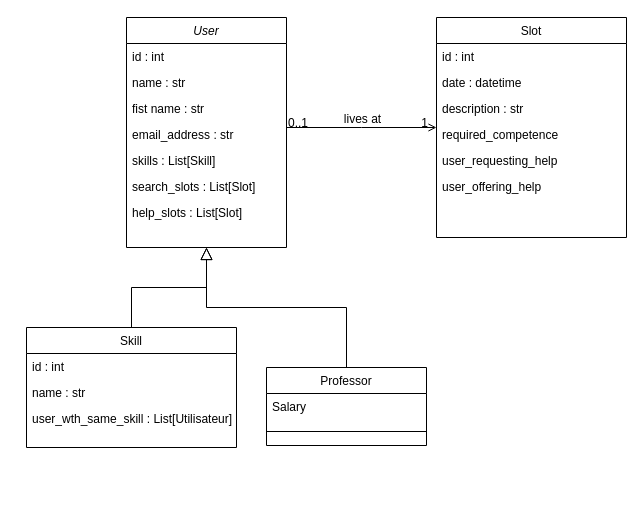
johandeschamps/evaluation_echange_de_competences keeps this draw.io diagram as Doc/Diagramme sans nom.drawio. Above is the earlier version. Source tidied: cells renumbered, new cells numbered last; positions are measured from the earlier drawing's top-left corner, leaving out a move shared by most shapes. Both pictures are drawn from the tidied source at 100%, with x=0, y=0 at pixel (26, 17).
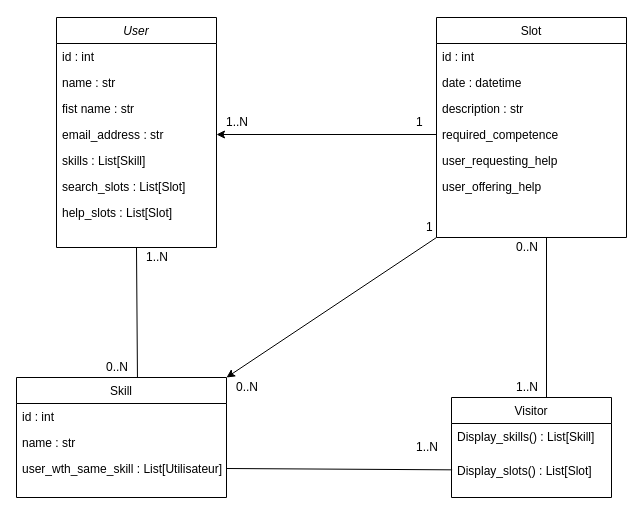
After the change.

Commit message:
Update class diagram

Unchanged cells that the change refers to:
```xml
<mxCell id="6" value="email_address : str" style="text;align=left;verticalAlign=top;spacingLeft=4;spacingRight=4;overflow=hidden;points=[[0,0.5],[1,0.5]];portConstraint=eastwest;rounded=0;shadow=0;html=0;" parent="2" vertex="1">
  <mxGeometry y="104" width="160" height="26" as="geometry" />
</mxCell>
<mxCell id="13" value="user_wth_same_skill : List[Utilisateur]" style="text;align=left;verticalAlign=top;spacingLeft=4;spacingRight=4;overflow=hidden;points=[[0,0.5],[1,0.5]];portConstraint=eastwest;rounded=0;shadow=0;html=0;" parent="10" vertex="1">
  <mxGeometry y="78" width="210" height="26" as="geometry" />
</mxCell>
<mxCell id="19" value="Slot" style="swimlane;fontStyle=0;align=center;verticalAlign=top;horizontal=1;startSize=26;rounded=0;shadow=0;strokeWidth=1;" parent="1" vertex="1">
  <mxGeometry x="410" width="190" height="220" as="geometry" />
</mxCell>
<mxCell id="23" value="required_competence" style="text;align=left;verticalAlign=top;spacingLeft=4;spacingRight=4;overflow=hidden;points=[[0,0.5],[1,0.5]];portConstraint=eastwest;rounded=0;shadow=0;html=0;" parent="19" vertex="1">
  <mxGeometry y="104" width="190" height="26" as="geometry" />
</mxCell>
```

What changed in the source:
```diff
@@
     <mxCell id="2" value="User" style="swimlane;fontStyle=2;align=center;verticalAlign=top;horizontal=1;startSize=26;rounded=0;shadow=0;strokeWidth=1;" parent="1" vertex="1">
-      <mxGeometry x="100" width="160" height="230" as="geometry" />
+      <mxGeometry x="30" width="160" height="230" as="geometry" />
     </mxCell>
@@
     <mxCell id="10" value="Skill" style="swimlane;fontStyle=0;align=center;verticalAlign=top;horizontal=1;startSize=26;rounded=0;shadow=0;strokeWidth=1;" parent="1" vertex="1">
-      <mxGeometry y="310" width="210" height="120" as="geometry" />
+      <mxGeometry x="-10" y="360" width="210" height="120" as="geometry" />
     </mxCell>
@@
-    <mxCell id="14" style="endArrow=block;endSize=10;endFill=0;shadow=0;strokeWidth=1;rounded=0;curved=0;edgeStyle=elbowEdgeStyle;elbow=vertical;" parent="1" edge="1" source="10" target="2">
-      <mxGeometry relative="1" as="geometry" />
-    </mxCell>
-    <mxCell id="15" value="Professor" style="swimlane;fontStyle=0;align=center;verticalAlign=top;horizontal=1;startSize=26;rounded=0;shadow=0;strokeWidth=1;" parent="1" vertex="1">
-      <mxGeometry x="240" y="350" width="160" height="78" as="geometry" />
+    <mxCell id="15" value="Visitor" style="swimlane;fontStyle=0;align=center;verticalAlign=top;horizontal=1;startSize=26;rounded=0;shadow=0;strokeWidth=1;" parent="1" vertex="1">
+      <mxGeometry x="425" y="380" width="160" height="100" as="geometry" />
     </mxCell>
-    <mxCell id="16" value="Salary" style="text;align=left;verticalAlign=top;spacingLeft=4;spacingRight=4;overflow=hidden;" parent="15" vertex="1">
+    <mxCell id="16" value="Display_skills() : List[Skill]" style="text;align=left;verticalAlign=top;spacingLeft=4;spacingRight=4;overflow=hidden;" parent="15" vertex="1">
       <mxGeometry y="26" width="160" height="34" as="geometry" />
     </mxCell>
-    <mxCell id="17" style="line;html=1;strokeWidth=1;align=left;verticalAlign=middle;spacingTop=-1;spacingLeft=3;spacingRight=3;labelPosition=right;" parent="15" vertex="1">
-      <mxGeometry y="60" width="160" height="8" as="geometry" />
-    </mxCell>
-    <mxCell id="18" style="endArrow=block;endSize=10;endFill=0;shadow=0;strokeWidth=1;rounded=0;curved=0;edgeStyle=elbowEdgeStyle;elbow=vertical;" parent="1" edge="1" source="15" target="2">
-      <mxGeometry relative="1" as="geometry" />
-    </mxCell>
+    <mxCell id="30" value="Display_slots() : List[Slot]" style="text;align=left;verticalAlign=top;spacingLeft=4;spacingRight=4;overflow=hidden;points=[[0,0.5],[1,0.5]];portConstraint=eastwest;" parent="15" vertex="1">
+      <mxGeometry y="60" width="160" height="34" as="geometry" />
+    </mxCell>
@@
-    <mxCell id="26" style="endArrow=open;shadow=0;strokeWidth=1;rounded=0;curved=0;endFill=1;edgeStyle=elbowEdgeStyle;elbow=vertical;" parent="1" edge="1" source="2" target="19">
-      <mxGeometry x="0.5" y="41" relative="1" as="geometry">
-        <mxPoint x="-40" y="32" as="offset" />
-      </mxGeometry>
-    </mxCell>
-    <mxCell id="27" value="0..1" style="align=left;verticalAlign=bottom;labelBackgroundColor=none;fontSize=12;" parent="26" vertex="1">
-      <mxGeometry x="-1" relative="1" as="geometry">
-        <mxPoint y="4" as="offset" />
-      </mxGeometry>
-    </mxCell>
-    <mxCell id="28" value="1" style="align=right;verticalAlign=bottom;labelBackgroundColor=none;fontSize=12;" parent="26" vertex="1">
-      <mxGeometry x="1" relative="1" as="geometry">
-        <mxPoint x="-7" y="4" as="offset" />
-      </mxGeometry>
-    </mxCell>
-    <mxCell id="29" value="lives at" style="text;html=1;align=center;verticalAlign=middle;labelBackgroundColor=none;rounded=0;shadow=0;strokeWidth=1;fontSize=12;" parent="26" vertex="1">
-      <mxGeometry x="0.5" y="49" relative="1" as="geometry">
-        <mxPoint x="-38" y="40" as="offset" />
-      </mxGeometry>
-    </mxCell>
+    <mxCell id="31" value="1..N" style="align=left;verticalAlign=bottom;labelBackgroundColor=none;fontSize=12;" parent="1" vertex="1">
+      <mxGeometry x="110" y="250" as="geometry">
+        <mxPoint x="8" y="-2" as="offset" />
+      </mxGeometry>
+    </mxCell>
+    <mxCell id="32" style="endArrow=classic;html=1;rounded=0;entryX=1;entryY=0;entryDx=0;entryDy=0;exitX=0;exitY=1;exitDx=0;exitDy=0;" parent="1" edge="1" source="19" target="10">
+      <mxGeometry relative="1" as="geometry" />
+    </mxCell>
+    <mxCell id="33" value="0..N" style="align=left;verticalAlign=bottom;labelBackgroundColor=none;fontSize=12;direction=west;" parent="1" vertex="1">
+      <mxGeometry x="70" y="360" as="geometry">
+        <mxPoint x="8" y="-2" as="offset" />
+      </mxGeometry>
+    </mxCell>
+    <mxCell id="34" value="0..N" style="align=left;verticalAlign=bottom;labelBackgroundColor=none;fontSize=12;direction=west;" parent="1" vertex="1">
+      <mxGeometry x="200" y="380" as="geometry">
+        <mxPoint x="8" y="-2" as="offset" />
+      </mxGeometry>
+    </mxCell>
+    <mxCell id="35" value="1..N" style="align=left;verticalAlign=bottom;labelBackgroundColor=none;fontSize=12;" parent="1" vertex="1">
+      <mxGeometry x="380" y="440" as="geometry">
+        <mxPoint x="8" y="-2" as="offset" />
+      </mxGeometry>
+    </mxCell>
+    <mxCell id="36" value="1..N" style="align=left;verticalAlign=bottom;labelBackgroundColor=none;fontSize=12;" parent="1" vertex="1">
+      <mxGeometry x="480" y="380" as="geometry">
+        <mxPoint x="8" y="-2" as="offset" />
+      </mxGeometry>
+    </mxCell>
+    <mxCell id="37" value="0..N" style="align=left;verticalAlign=bottom;labelBackgroundColor=none;fontSize=12;direction=west;" parent="1" vertex="1">
+      <mxGeometry x="480" y="240" as="geometry">
+        <mxPoint x="8" y="-2" as="offset" />
+      </mxGeometry>
+    </mxCell>
+    <mxCell id="14" style="endArrow=none;html=1;rounded=0;entryX=0.5;entryY=1;entryDx=0;entryDy=0;exitX=0.576;exitY=0;exitDx=0;exitDy=0;exitPerimeter=0;" parent="1" edge="1" source="10" target="2">
+      <mxGeometry relative="1" as="geometry" />
+    </mxCell>
+    <mxCell id="38" style="endArrow=classic;html=1;rounded=0;exitX=0;exitY=0.5;exitDx=0;exitDy=0;entryX=1;entryY=0.5;entryDx=0;entryDy=0;" parent="1" edge="1" source="23" target="6">
+      <mxGeometry relative="1" as="geometry" />
+    </mxCell>
+    <mxCell id="39" value="1..N" style="align=left;verticalAlign=bottom;labelBackgroundColor=none;fontSize=12;" parent="1" vertex="1">
+      <mxGeometry x="190" y="115" as="geometry">
+        <mxPoint x="8" y="-2" as="offset" />
+      </mxGeometry>
+    </mxCell>
+    <mxCell id="40" value="1" style="align=left;verticalAlign=bottom;labelBackgroundColor=none;fontSize=12;" parent="1" vertex="1">
+      <mxGeometry x="380" y="115" as="geometry">
+        <mxPoint x="8" y="-2" as="offset" />
+      </mxGeometry>
+    </mxCell>
+    <mxCell id="41" style="endArrow=none;html=1;rounded=0;" parent="1" edge="1">
+      <mxGeometry relative="1" as="geometry">
+        <mxPoint x="520" y="380" as="sourcePoint" />
+        <mxPoint x="520" y="220" as="targetPoint" />
+      </mxGeometry>
+    </mxCell>
+    <mxCell id="42" style="endArrow=none;html=1;rounded=0;entryX=0.004;entryY=0.363;entryDx=0;entryDy=0;entryPerimeter=0;exitX=1;exitY=0.5;exitDx=0;exitDy=0;" parent="1" edge="1" source="13" target="30">
+      <mxGeometry relative="1" as="geometry" />
+    </mxCell>
+    <mxCell id="43" value="1" style="align=left;verticalAlign=bottom;labelBackgroundColor=none;fontSize=12;" parent="1" vertex="1">
+      <mxGeometry x="390" y="220" as="geometry">
+        <mxPoint x="8" y="-2" as="offset" />
+      </mxGeometry>
+    </mxCell>
```
